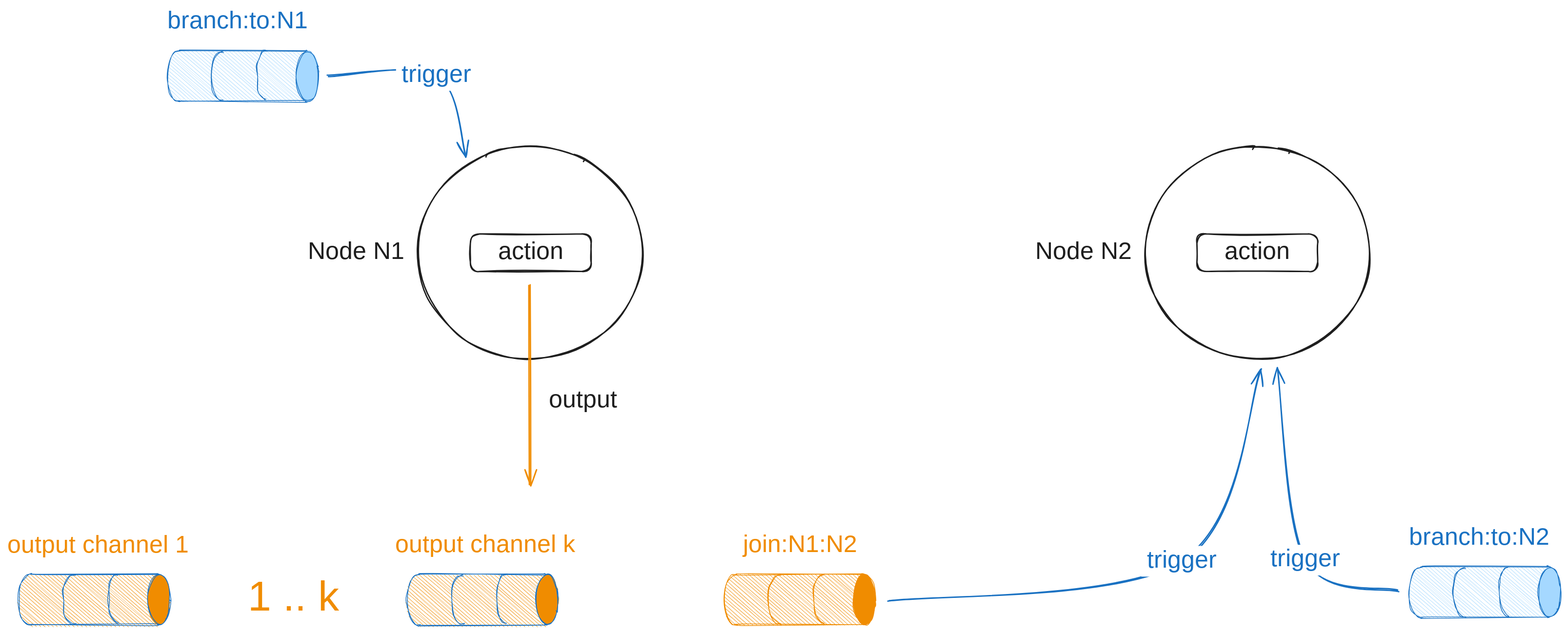
Earlier version of the Excalidraw export source/_posts/LangGraphNode/edge_desc.svg (theo1893/theo1893.github.io). Source tidied: one line per element, renumbered; positions are measured from the earlier drawing's top-left corner, leaving out a move shared by most shapes. Source of this version:
```json
{"id": 0, "type": "ellipse", "strokeColor": "#1e1e1e", "strokeWidth": 2, "roughness": 1, "round": true, "x": 601, "y": 213, "width": 329, "height": 311}
{"id": 1, "type": "line", "strokeColor": "#1971c2", "angle": 1.57, "backgroundColor": "#a5d8ff", "fillStyle": "hachure", "strokeWidth": 1, "roughness": 1, "round": true, "x": 307, "y": 18, "width": 75, "height": 220, "points": [[0, 0], [0, 166], [0, 185], [4, 194], [17, 200], [40, 203], [61, 199], [73, 191], [74, 184], [74, 169], [74, 14], [74, -1], [69, -9], [59, -14], [36, -18], [18, -15], [3, -7], [0, 0], [0, 0]]}
{"id": 2, "type": "line", "strokeColor": "#1971c2", "angle": 1.57, "backgroundColor": "#a5d8ff", "fillStyle": "solid", "strokeWidth": 1, "roughness": 1, "round": true, "x": 272, "y": 102, "width": 72, "height": 18, "points": [[0, 0], [2, 7], [10, 13], [21, 17], [38, 17], [58, 15], [70, 6], [72, -1]]}
{"id": 3, "type": "line", "strokeColor": "#1971c2", "angle": 1.57, "backgroundColor": "#a5d8ff", "fillStyle": "solid", "strokeWidth": 1, "roughness": 1, "round": true, "x": 337, "y": 102, "width": 72, "height": 14, "points": [[0, 0], [2, 6], [10, 11], [21, 14], [38, 14], [58, 12], [70, 5], [72, -1]]}
{"id": 4, "type": "ellipse", "strokeColor": "#1971c2", "angle": 1.57, "backgroundColor": "#a5d8ff", "fillStyle": "solid", "strokeWidth": 1, "roughness": 1, "x": 404, "y": 94, "width": 73, "height": 32}
{"id": 5, "type": "text", "text": "branch:to:N1", "strokeColor": "#1971c2", "backgroundColor": "#a5d8ff", "fillStyle": "cross-hatch", "strokeWidth": 2, "roughness": 1, "fontSize": 36, "fontFamily": 5, "x": 234, "y": 8, "width": 210, "height": 45}
{"id": 6, "type": "arrow", "strokeColor": "#1971c2", "backgroundColor": "#b2f2bb", "fillStyle": "cross-hatch", "strokeWidth": 2, "roughness": 1, "endArrowhead": "arrow", "round": true, "from": 4, "to": 0, "x": 469, "y": 109, "width": 202, "height": 119, "points": [[0, 0], [159, 0], [202, 119]]}
{"id": 7, "type": "text", "text": "trigger", "strokeColor": "#1971c2", "backgroundColor": "#b2f2bb", "fillStyle": "cross-hatch", "strokeWidth": 2, "roughness": 1, "fontSize": 36, "fontFamily": 5, "textAlign": "center", "verticalAlign": "middle", "inside": 6, "x": 570, "y": 87, "width": 118, "height": 45}
{"id": 8, "type": "rectangle", "strokeColor": "#1e1e1e", "strokeWidth": 2, "roughness": 1, "round": true, "x": 678, "y": 341, "width": 177, "height": 55}
{"id": 9, "type": "text", "text": "action", "strokeColor": "#1e1e1e", "backgroundColor": "#b2f2bb", "fillStyle": "cross-hatch", "strokeWidth": 2, "roughness": 1, "fontSize": 36, "fontFamily": 5, "textAlign": "center", "verticalAlign": "middle", "inside": 8, "x": 713, "y": 346, "width": 108, "height": 45}
{"id": 10, "type": "arrow", "strokeColor": "#f08c00", "strokeWidth": 2, "roughness": 1, "endArrowhead": "arrow", "round": true, "from": 8, "x": 764, "y": 417, "width": 1, "height": 292, "points": [[0, 0], [1, 292]]}
{"id": 11, "type": "text", "text": "output", "strokeColor": "#1e1e1e", "strokeWidth": 2, "roughness": 1, "fontSize": 36, "fontFamily": 5, "x": 793, "y": 564, "width": 120, "height": 45}
{"id": 12, "type": "line", "strokeColor": "#1971c2", "angle": 1.57, "backgroundColor": "#f08c00", "fillStyle": "hachure", "strokeWidth": 1, "roughness": 1, "round": true, "x": 90, "y": 784, "width": 75, "height": 220, "points": [[0, 0], [0, 166], [0, 185], [4, 194], [17, 200], [40, 203], [61, 199], [73, 191], [74, 184], [74, 169], [74, 14], [74, -1], [69, -9], [59, -14], [36, -18], [18, -15], [3, -7], [0, 0], [0, 0]]}
{"id": 13, "type": "line", "strokeColor": "#1971c2", "angle": 1.57, "backgroundColor": "#f08c00", "fillStyle": "solid", "strokeWidth": 1, "roughness": 1, "round": true, "x": 55, "y": 869, "width": 72, "height": 18, "points": [[0, 0], [2, 7], [10, 13], [21, 17], [38, 17], [58, 15], [70, 6], [72, -1]]}
{"id": 14, "type": "line", "strokeColor": "#1971c2", "angle": 1.57, "backgroundColor": "#f08c00", "fillStyle": "solid", "strokeWidth": 1, "roughness": 1, "round": true, "x": 120, "y": 869, "width": 72, "height": 14, "points": [[0, 0], [2, 6], [10, 11], [21, 14], [38, 14], [58, 12], [70, 5], [72, -1]]}
{"id": 15, "type": "ellipse", "strokeColor": "#1971c2", "angle": 1.57, "backgroundColor": "#f08c00", "fillStyle": "solid", "strokeWidth": 1, "roughness": 1, "x": 186, "y": 861, "width": 73, "height": 32}
{"id": 16, "type": "text", "text": "output channel 1", "strokeColor": "#f08c00", "backgroundColor": "#ffec99", "fillStyle": "cross-hatch", "strokeWidth": 2, "roughness": 1, "fontSize": 36, "fontFamily": 5, "x": 0, "y": 776, "width": 289, "height": 45}
{"id": 17, "type": "line", "strokeColor": "#1971c2", "angle": 1.57, "backgroundColor": "#f08c00", "fillStyle": "hachure", "strokeWidth": 1, "roughness": 1, "round": true, "x": 658, "y": 784, "width": 75, "height": 220, "points": [[0, 0], [0, 166], [0, 185], [4, 194], [17, 200], [40, 203], [61, 199], [73, 191], [74, 184], [74, 169], [74, 14], [74, -1], [69, -9], [59, -14], [36, -18], [18, -15], [3, -7], [0, 0], [0, 0]]}
{"id": 18, "type": "line", "strokeColor": "#1971c2", "angle": 1.57, "backgroundColor": "#f08c00", "fillStyle": "solid", "strokeWidth": 1, "roughness": 1, "round": true, "x": 624, "y": 869, "width": 72, "height": 18, "points": [[0, 0], [2, 7], [10, 13], [21, 17], [38, 17], [58, 15], [70, 6], [72, -1]]}
{"id": 19, "type": "line", "strokeColor": "#1971c2", "angle": 1.57, "backgroundColor": "#f08c00", "fillStyle": "solid", "strokeWidth": 1, "roughness": 1, "round": true, "x": 688, "y": 869, "width": 72, "height": 14, "points": [[0, 0], [2, 6], [10, 11], [21, 14], [38, 14], [58, 12], [70, 5], [72, -1]]}
{"id": 20, "type": "ellipse", "strokeColor": "#1971c2", "angle": 1.57, "backgroundColor": "#f08c00", "fillStyle": "solid", "strokeWidth": 1, "roughness": 1, "x": 755, "y": 861, "width": 73, "height": 32}
{"id": 21, "type": "text", "text": "output channel k", "strokeColor": "#f08c00", "backgroundColor": "#ffec99", "fillStyle": "cross-hatch", "strokeWidth": 2, "roughness": 1, "fontSize": 36, "fontFamily": 5, "x": 569, "y": 776, "width": 293, "height": 45}
{"id": 22, "type": "text", "text": "1 .. k", "strokeColor": "#f08c00", "strokeWidth": 1, "roughness": 1, "fontSize": 61.47, "fontFamily": 1, "round": true, "x": 352, "y": 839, "width": 142, "height": 77}
{"id": 23, "type": "text", "text": "Node N1", "strokeColor": "#1e1e1e", "backgroundColor": "#f08c00", "fillStyle": "cross-hatch", "strokeWidth": 2, "roughness": 1, "fontSize": 36, "fontFamily": 5, "x": 441, "y": 346, "width": 138, "height": 45}
{"id": 24, "type": "line", "strokeColor": "#f08c00", "angle": 1.57, "backgroundColor": "#f08c00", "fillStyle": "hachure", "strokeWidth": 1, "roughness": 1, "round": true, "x": 1123, "y": 784, "width": 75, "height": 220, "points": [[0, 0], [0, 166], [0, 185], [4, 194], [17, 200], [40, 203], [61, 199], [73, 191], [74, 184], [74, 169], [74, 14], [74, -1], [69, -9], [59, -14], [36, -18], [18, -15], [3, -7], [0, 0], [0, 0]]}
{"id": 25, "type": "line", "strokeColor": "#f08c00", "angle": 1.57, "backgroundColor": "#f08c00", "fillStyle": "solid", "strokeWidth": 1, "roughness": 1, "round": true, "x": 1088, "y": 869, "width": 72, "height": 18, "points": [[0, 0], [2, 7], [10, 13], [21, 17], [38, 17], [58, 15], [70, 6], [72, -1]]}
{"id": 26, "type": "line", "strokeColor": "#f08c00", "angle": 1.57, "backgroundColor": "#f08c00", "fillStyle": "solid", "strokeWidth": 1, "roughness": 1, "round": true, "x": 1153, "y": 869, "width": 72, "height": 14, "points": [[0, 0], [2, 6], [10, 11], [21, 14], [38, 14], [58, 12], [70, 5], [72, -1]]}
{"id": 27, "type": "ellipse", "strokeColor": "#f08c00", "angle": 1.57, "backgroundColor": "#f08c00", "fillStyle": "solid", "strokeWidth": 1, "roughness": 1, "x": 1219, "y": 861, "width": 73, "height": 32}
{"id": 28, "type": "text", "text": "join:N1:N2", "strokeColor": "#f08c00", "backgroundColor": "#b2f2bb", "fillStyle": "cross-hatch", "strokeWidth": 2, "roughness": 1, "fontSize": 36, "fontFamily": 5, "x": 1078, "y": 776, "width": 166, "height": 45}
{"id": 29, "type": "ellipse", "strokeColor": "#1e1e1e", "strokeWidth": 2, "roughness": 1, "round": true, "x": 1666, "y": 213, "width": 329, "height": 311}
{"id": 30, "type": "text", "text": "Node N2", "strokeColor": "#1e1e1e", "backgroundColor": "#f08c00", "fillStyle": "cross-hatch", "strokeWidth": 2, "roughness": 1, "fontSize": 36, "fontFamily": 5, "x": 1506, "y": 346, "width": 148, "height": 45}
{"id": 31, "type": "arrow", "strokeColor": "#1971c2", "backgroundColor": "#ffc9c9", "fillStyle": "cross-hatch", "strokeWidth": 2, "roughness": 1, "endArrowhead": "arrow", "round": true, "from": 27, "to": 29, "x": 1290, "y": 878, "width": 547, "height": 339, "points": [[0, 0], [430, -58], [547, -339]]}
{"id": 32, "type": "text", "text": "trigger", "strokeColor": "#1971c2", "backgroundColor": "#a5d8ff", "fillStyle": "cross-hatch", "strokeWidth": 2, "roughness": 1, "fontSize": 36, "fontFamily": 5, "textAlign": "center", "verticalAlign": "middle", "inside": 31, "x": 1751, "y": 759, "width": 118, "height": 45}
{"id": 33, "type": "rectangle", "strokeColor": "#1e1e1e", "strokeWidth": 2, "roughness": 1, "round": true, "x": 1742, "y": 341, "width": 177, "height": 55}
{"id": 34, "type": "text", "text": "action", "strokeColor": "#1e1e1e", "backgroundColor": "#b2f2bb", "fillStyle": "cross-hatch", "strokeWidth": 2, "roughness": 1, "fontSize": 36, "fontFamily": 5, "textAlign": "center", "verticalAlign": "middle", "inside": 33, "x": 1777, "y": 346, "width": 108, "height": 45}
{"id": 35, "type": "line", "strokeColor": "#1971c2", "angle": 1.57, "backgroundColor": "#a5d8ff", "fillStyle": "hachure", "strokeWidth": 1, "roughness": 1, "round": true, "x": 2126, "y": 774, "width": 75, "height": 220, "points": [[0, 0], [0, 166], [0, 185], [4, 194], [17, 200], [40, 203], [61, 199], [73, 191], [74, 184], [74, 169], [74, 14], [74, -1], [69, -9], [59, -14], [36, -18], [18, -15], [3, -7], [0, 0], [0, 0]]}
{"id": 36, "type": "line", "strokeColor": "#1971c2", "angle": 1.57, "backgroundColor": "#a5d8ff", "fillStyle": "solid", "strokeWidth": 1, "roughness": 1, "round": true, "x": 2091, "y": 858, "width": 72, "height": 18, "points": [[0, 0], [2, 7], [10, 13], [21, 17], [38, 17], [58, 15], [70, 6], [72, -1]]}
{"id": 37, "type": "line", "strokeColor": "#1971c2", "angle": 1.57, "backgroundColor": "#a5d8ff", "fillStyle": "solid", "strokeWidth": 1, "roughness": 1, "round": true, "x": 2156, "y": 858, "width": 72, "height": 14, "points": [[0, 0], [2, 6], [10, 11], [21, 14], [38, 14], [58, 12], [70, 5], [72, -1]]}
{"id": 38, "type": "ellipse", "strokeColor": "#1971c2", "angle": 1.57, "backgroundColor": "#a5d8ff", "fillStyle": "solid", "strokeWidth": 1, "roughness": 1, "x": 2223, "y": 850, "width": 73, "height": 32}
{"id": 39, "type": "text", "text": "branch:to:N2", "strokeColor": "#1971c2", "backgroundColor": "#a5d8ff", "fillStyle": "cross-hatch", "strokeWidth": 2, "roughness": 1, "fontSize": 36, "fontFamily": 5, "x": 2053, "y": 765, "width": 220, "height": 45}
{"id": 40, "type": "arrow", "strokeColor": "#1971c2", "backgroundColor": "#a5d8ff", "fillStyle": "cross-hatch", "strokeWidth": 2, "roughness": 1, "endArrowhead": "arrow", "round": true, "to": 29, "x": 2038, "y": 863, "width": 177, "height": 326, "points": [[0, 0], [-136, -44], [-177, -326]]}
{"id": 41, "type": "text", "text": "trigger", "strokeColor": "#1971c2", "backgroundColor": "#a5d8ff", "fillStyle": "cross-hatch", "strokeWidth": 2, "roughness": 1, "fontSize": 36, "fontFamily": 5, "textAlign": "center", "verticalAlign": "middle", "inside": 40, "x": 1842, "y": 797, "width": 118, "height": 45}
```
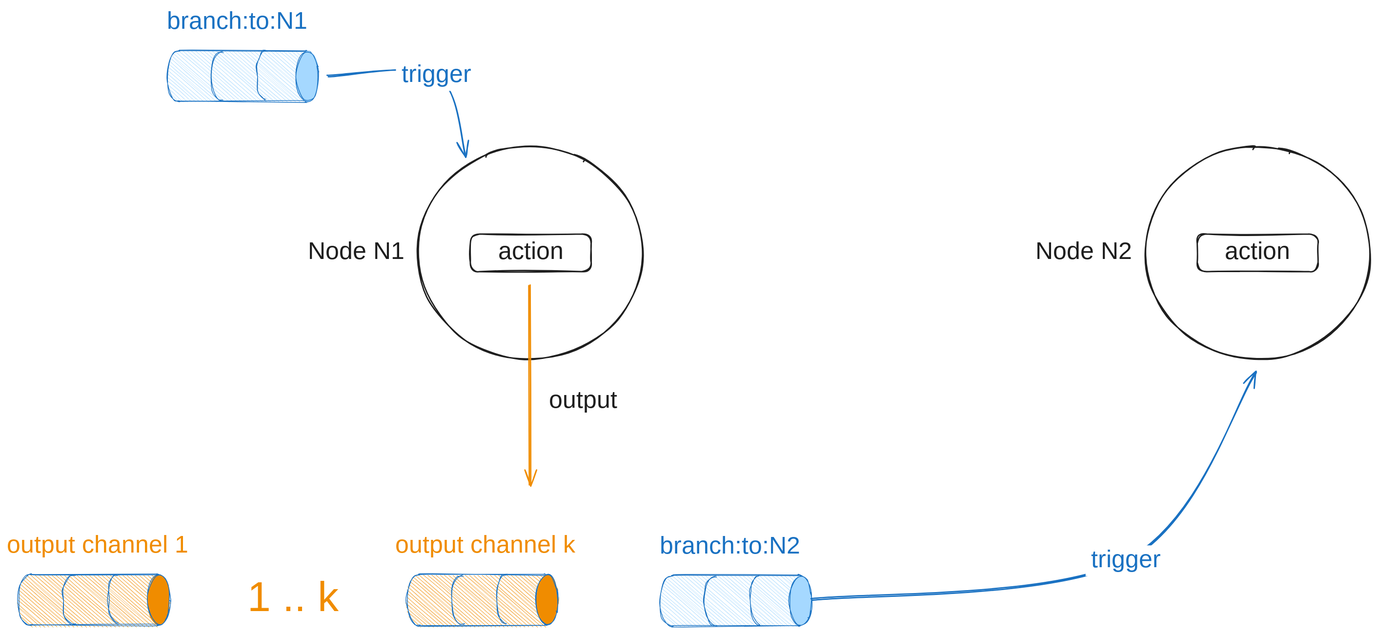
After the change.

What changed in the source:
```diff
@@ -22,21 +22,14 @@
 {"id": 21, "type": "text", "text": "output channel k", "strokeColor": "#f08c00", "backgroundColor": "#ffec99", "fillStyle": "cross-hatch", "strokeWidth": 2, "roughness": 1, "fontSize": 36, "fontFamily": 5, "x": 569, "y": 776, "width": 293, "height": 45}
 {"id": 22, "type": "text", "text": "1 .. k", "strokeColor": "#f08c00", "strokeWidth": 1, "roughness": 1, "fontSize": 61.47, "fontFamily": 1, "round": true, "x": 352, "y": 839, "width": 142, "height": 77}
 {"id": 23, "type": "text", "text": "Node N1", "strokeColor": "#1e1e1e", "backgroundColor": "#f08c00", "fillStyle": "cross-hatch", "strokeWidth": 2, "roughness": 1, "fontSize": 36, "fontFamily": 5, "x": 441, "y": 346, "width": 138, "height": 45}
-{"id": 24, "type": "line", "strokeColor": "#f08c00", "angle": 1.57, "backgroundColor": "#f08c00", "fillStyle": "hachure", "strokeWidth": 1, "roughness": 1, "round": true, "x": 1123, "y": 784, "width": 75, "height": 220, "points": [[0, 0], [0, 166], [0, 185], [4, 194], [17, 200], [40, 203], [61, 199], [73, 191], [74, 184], [74, 169], [74, 14], [74, -1], [69, -9], [59, -14], [36, -18], [18, -15], [3, -7], [0, 0], [0, 0]]}
-{"id": 25, "type": "line", "strokeColor": "#f08c00", "angle": 1.57, "backgroundColor": "#f08c00", "fillStyle": "solid", "strokeWidth": 1, "roughness": 1, "round": true, "x": 1088, "y": 869, "width": 72, "height": 18, "points": [[0, 0], [2, 7], [10, 13], [21, 17], [38, 17], [58, 15], [70, 6], [72, -1]]}
-{"id": 26, "type": "line", "strokeColor": "#f08c00", "angle": 1.57, "backgroundColor": "#f08c00", "fillStyle": "solid", "strokeWidth": 1, "roughness": 1, "round": true, "x": 1153, "y": 869, "width": 72, "height": 14, "points": [[0, 0], [2, 6], [10, 11], [21, 14], [38, 14], [58, 12], [70, 5], [72, -1]]}
-{"id": 27, "type": "ellipse", "strokeColor": "#f08c00", "angle": 1.57, "backgroundColor": "#f08c00", "fillStyle": "solid", "strokeWidth": 1, "roughness": 1, "x": 1219, "y": 861, "width": 73, "height": 32}
-{"id": 28, "type": "text", "text": "join:N1:N2", "strokeColor": "#f08c00", "backgroundColor": "#b2f2bb", "fillStyle": "cross-hatch", "strokeWidth": 2, "roughness": 1, "fontSize": 36, "fontFamily": 5, "x": 1078, "y": 776, "width": 166, "height": 45}
 {"id": 29, "type": "ellipse", "strokeColor": "#1e1e1e", "strokeWidth": 2, "roughness": 1, "round": true, "x": 1666, "y": 213, "width": 329, "height": 311}
 {"id": 30, "type": "text", "text": "Node N2", "strokeColor": "#1e1e1e", "backgroundColor": "#f08c00", "fillStyle": "cross-hatch", "strokeWidth": 2, "roughness": 1, "fontSize": 36, "fontFamily": 5, "x": 1506, "y": 346, "width": 148, "height": 45}
-{"id": 31, "type": "arrow", "strokeColor": "#1971c2", "backgroundColor": "#ffc9c9", "fillStyle": "cross-hatch", "strokeWidth": 2, "roughness": 1, "endArrowhead": "arrow", "round": true, "from": 27, "to": 29, "x": 1290, "y": 878, "width": 547, "height": 339, "points": [[0, 0], [430, -58], [547, -339]]}
-{"id": 32, "type": "text", "text": "trigger", "strokeColor": "#1971c2", "backgroundColor": "#a5d8ff", "fillStyle": "cross-hatch", "strokeWidth": 2, "roughness": 1, "fontSize": 36, "fontFamily": 5, "textAlign": "center", "verticalAlign": "middle", "inside": 31, "x": 1751, "y": 759, "width": 118, "height": 45}
 {"id": 33, "type": "rectangle", "strokeColor": "#1e1e1e", "strokeWidth": 2, "roughness": 1, "round": true, "x": 1742, "y": 341, "width": 177, "height": 55}
 {"id": 34, "type": "text", "text": "action", "strokeColor": "#1e1e1e", "backgroundColor": "#b2f2bb", "fillStyle": "cross-hatch", "strokeWidth": 2, "roughness": 1, "fontSize": 36, "fontFamily": 5, "textAlign": "center", "verticalAlign": "middle", "inside": 33, "x": 1777, "y": 346, "width": 108, "height": 45}
-{"id": 35, "type": "line", "strokeColor": "#1971c2", "angle": 1.57, "backgroundColor": "#a5d8ff", "fillStyle": "hachure", "strokeWidth": 1, "roughness": 1, "round": true, "x": 2126, "y": 774, "width": 75, "height": 220, "points": [[0, 0], [0, 166], [0, 185], [4, 194], [17, 200], [40, 203], [61, 199], [73, 191], [74, 184], [74, 169], [74, 14], [74, -1], [69, -9], [59, -14], [36, -18], [18, -15], [3, -7], [0, 0], [0, 0]]}
+{"id": 35, "type": "line", "strokeColor": "#1971c2", "angle": 1.57, "backgroundColor": "#a5d8ff", "fillStyle": "hachure", "strokeWidth": 1, "roughness": 1, "round": true, "x": 1029, "y": 786, "width": 75, "height": 220, "points": [[0, 0], [0, 166], [0, 185], [4, 194], [17, 200], [40, 203], [61, 199], [73, 191], [74, 184], [74, 169], [74, 14], [74, -1], [69, -9], [59, -14], [36, -18], [18, -15], [3, -7], [0, 0], [0, 0]]}
-{"id": 36, "type": "line", "strokeColor": "#1971c2", "angle": 1.57, "backgroundColor": "#a5d8ff", "fillStyle": "solid", "strokeWidth": 1, "roughness": 1, "round": true, "x": 2091, "y": 858, "width": 72, "height": 18, "points": [[0, 0], [2, 7], [10, 13], [21, 17], [38, 17], [58, 15], [70, 6], [72, -1]]}
+{"id": 36, "type": "line", "strokeColor": "#1971c2", "angle": 1.57, "backgroundColor": "#a5d8ff", "fillStyle": "solid", "strokeWidth": 1, "roughness": 1, "round": true, "x": 994, "y": 870, "width": 72, "height": 18, "points": [[0, 0], [2, 7], [10, 13], [21, 17], [38, 17], [58, 15], [70, 6], [72, -1]]}
-{"id": 37, "type": "line", "strokeColor": "#1971c2", "angle": 1.57, "backgroundColor": "#a5d8ff", "fillStyle": "solid", "strokeWidth": 1, "roughness": 1, "round": true, "x": 2156, "y": 858, "width": 72, "height": 14, "points": [[0, 0], [2, 6], [10, 11], [21, 14], [38, 14], [58, 12], [70, 5], [72, -1]]}
+{"id": 37, "type": "line", "strokeColor": "#1971c2", "angle": 1.57, "backgroundColor": "#a5d8ff", "fillStyle": "solid", "strokeWidth": 1, "roughness": 1, "round": true, "x": 1059, "y": 871, "width": 72, "height": 14, "points": [[0, 0], [2, 6], [10, 11], [21, 14], [38, 14], [58, 12], [70, 5], [72, -1]]}
-{"id": 38, "type": "ellipse", "strokeColor": "#1971c2", "angle": 1.57, "backgroundColor": "#a5d8ff", "fillStyle": "solid", "strokeWidth": 1, "roughness": 1, "x": 2223, "y": 850, "width": 73, "height": 32}
+{"id": 38, "type": "ellipse", "strokeColor": "#1971c2", "angle": 1.57, "backgroundColor": "#a5d8ff", "fillStyle": "solid", "strokeWidth": 1, "roughness": 1, "x": 1125, "y": 862, "width": 73, "height": 32}
-{"id": 39, "type": "text", "text": "branch:to:N2", "strokeColor": "#1971c2", "backgroundColor": "#a5d8ff", "fillStyle": "cross-hatch", "strokeWidth": 2, "roughness": 1, "fontSize": 36, "fontFamily": 5, "x": 2053, "y": 765, "width": 220, "height": 45}
+{"id": 39, "type": "text", "text": "branch:to:N2", "strokeColor": "#1971c2", "backgroundColor": "#a5d8ff", "fillStyle": "cross-hatch", "strokeWidth": 2, "roughness": 1, "fontSize": 36, "fontFamily": 5, "x": 956, "y": 777, "width": 220, "height": 45}
-{"id": 40, "type": "arrow", "strokeColor": "#1971c2", "backgroundColor": "#a5d8ff", "fillStyle": "cross-hatch", "strokeWidth": 2, "roughness": 1, "endArrowhead": "arrow", "round": true, "to": 29, "x": 2038, "y": 863, "width": 177, "height": 326, "points": [[0, 0], [-136, -44], [-177, -326]]}
+{"id": 40, "type": "arrow", "strokeColor": "#1971c2", "backgroundColor": "#a5d8ff", "fillStyle": "cross-hatch", "strokeWidth": 2, "roughness": 1, "endArrowhead": "arrow", "round": true, "from": 38, "to": 29, "x": 1178, "y": 876, "width": 650, "height": 333, "points": [[0, 0], [460, -56], [650, -333]]}
 {"id": 41, "type": "text", "text": "trigger", "strokeColor": "#1971c2", "backgroundColor": "#a5d8ff", "fillStyle": "cross-hatch", "strokeWidth": 2, "roughness": 1, "fontSize": 36, "fontFamily": 5, "textAlign": "center", "verticalAlign": "middle", "inside": 40, "x": 1842, "y": 797, "width": 118, "height": 45}
```
